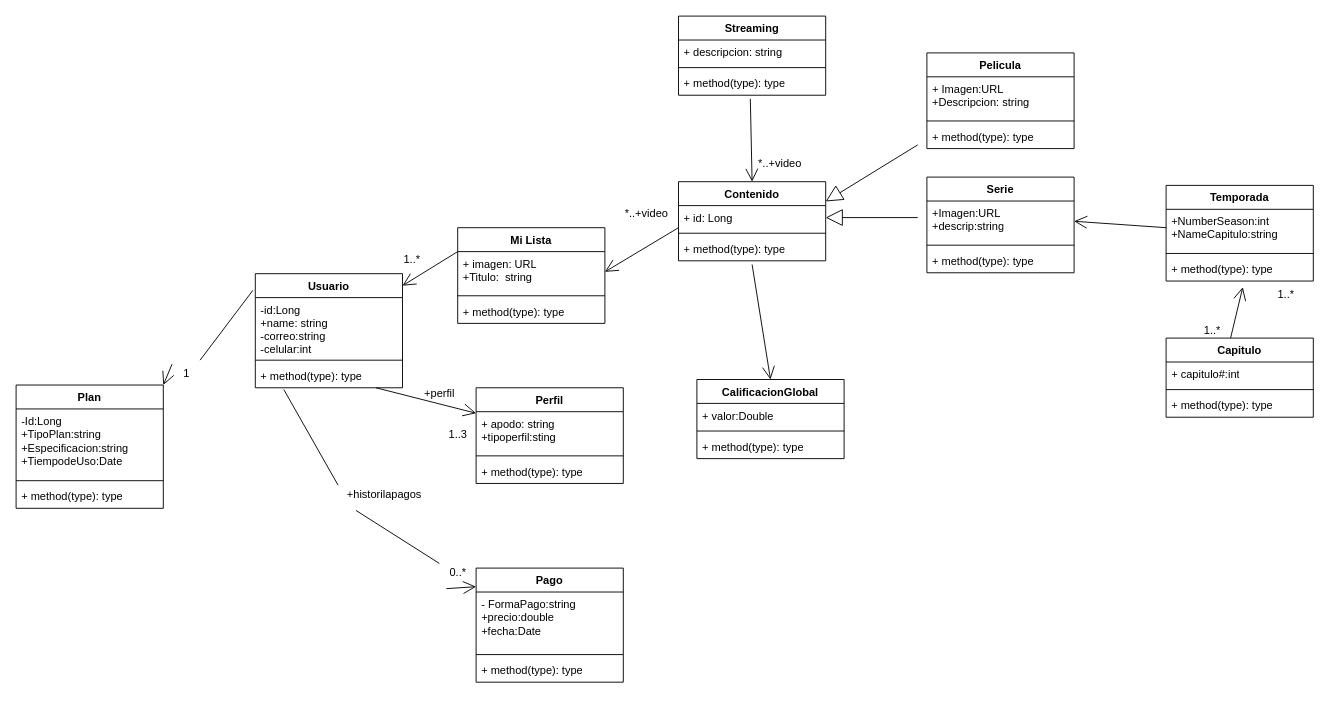
Before: Diagrama sin título.drawio in AIkerVSaul09/Alumno, a draw.io diagram. Source tidied: cells renumbered, new cells numbered last; positions are measured from the earlier drawing's top-left corner, leaving out a move shared by most shapes. Both pictures are drawn from the tidied source at 92%, with x=0, y=0 at pixel (16, 16).
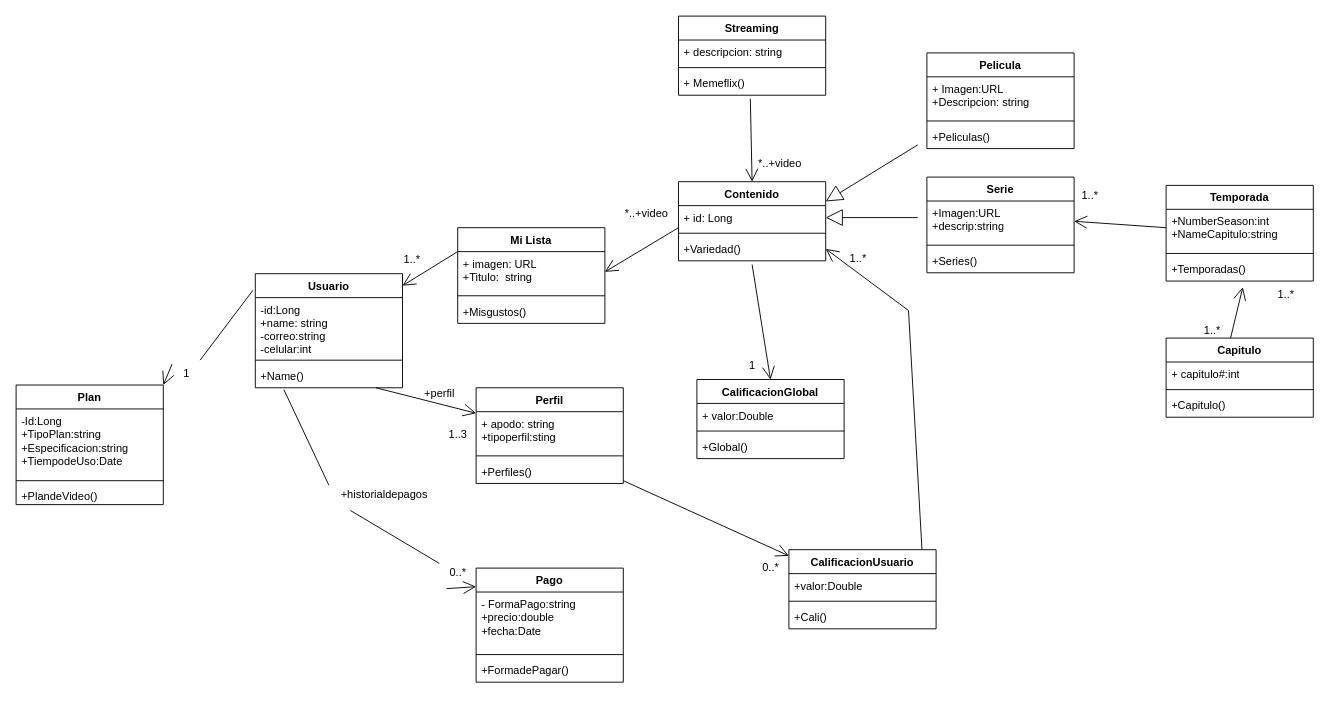
The same diagram, later.

The change refers to these unchanged cells:
```xml
<mxCell id="2" value="Contenido" style="swimlane;fontStyle=1;align=center;verticalAlign=top;horizontal=1;startSize=26;whiteSpace=wrap;html=1;" parent="1" vertex="1">
  <mxGeometry x="720" y="180" width="160" height="86" as="geometry" />
</mxCell>
<mxCell id="6" value="Streaming" style="swimlane;fontStyle=1;align=center;verticalAlign=top;horizontal=1;startSize=26;whiteSpace=wrap;html=1;" parent="1" vertex="1">
  <mxGeometry x="720" width="160" height="86" as="geometry" />
</mxCell>
<mxCell id="11" value="Mi Lista" style="swimlane;fontStyle=1;align=center;verticalAlign=top;horizontal=1;startSize=26;whiteSpace=wrap;html=1;" parent="1" vertex="1">
  <mxGeometry x="480" y="230" width="160" height="104" as="geometry" />
</mxCell>
<mxCell id="18" value="Usuario" style="swimlane;fontStyle=1;align=center;verticalAlign=top;horizontal=1;startSize=26;whiteSpace=wrap;html=1;" parent="1" vertex="1">
  <mxGeometry x="260" y="280" width="160" height="124" as="geometry" />
</mxCell>
<mxCell id="22" value="Perfil" style="swimlane;fontStyle=1;align=center;verticalAlign=top;horizontal=1;startSize=26;whiteSpace=wrap;html=1;" parent="1" vertex="1">
  <mxGeometry x="500" y="404" width="160" height="104" as="geometry" />
</mxCell>
<mxCell id="30" value="Pago" style="swimlane;fontStyle=1;align=center;verticalAlign=top;horizontal=1;startSize=26;whiteSpace=wrap;html=1;" parent="1" vertex="1">
  <mxGeometry x="500" y="600" width="160" height="124" as="geometry" />
</mxCell>
<mxCell id="49" value="Pelicula" style="swimlane;fontStyle=1;align=center;verticalAlign=top;horizontal=1;startSize=26;whiteSpace=wrap;html=1;" parent="1" vertex="1">
  <mxGeometry x="990" y="40" width="160" height="104" as="geometry" />
</mxCell>
<mxCell id="54" value="Serie" style="swimlane;fontStyle=1;align=center;verticalAlign=top;horizontal=1;startSize=26;whiteSpace=wrap;html=1;" parent="1" vertex="1">
  <mxGeometry x="990" y="175" width="160" height="104" as="geometry" />
</mxCell>
<mxCell id="59" value="Temporada" style="swimlane;fontStyle=1;align=center;verticalAlign=top;horizontal=1;startSize=26;whiteSpace=wrap;html=1;" parent="1" vertex="1">
  <mxGeometry x="1250" y="184" width="160" height="104" as="geometry" />
</mxCell>
<mxCell id="63" value="Capitulo" style="swimlane;fontStyle=1;align=center;verticalAlign=top;horizontal=1;startSize=26;whiteSpace=wrap;html=1;" parent="1" vertex="1">
  <mxGeometry x="1250" y="350" width="160" height="86" as="geometry" />
</mxCell>
<mxCell id="70" value="CalificacionGlobal" style="swimlane;fontStyle=1;align=center;verticalAlign=top;horizontal=1;startSize=26;whiteSpace=wrap;html=1;" parent="1" vertex="1">
  <mxGeometry x="740" y="395" width="160" height="86" as="geometry" />
</mxCell>
```

What changed in the source:
```diff
@@
-    <mxCell id="5" value="+ method(type): type" style="text;strokeColor=none;fillColor=none;align=left;verticalAlign=top;spacingLeft=4;spacingRight=4;overflow=hidden;points=[[0,0.5],[1,0.5]];portConstraint=eastwest;whiteSpace=wrap;html=1;" parent="2" vertex="1">
+    <mxCell id="5" value="+Variedad()" style="text;strokeColor=none;fillColor=none;align=left;verticalAlign=top;spacingLeft=4;spacingRight=4;overflow=hidden;points=[[0,0.5],[1,0.5]];portConstraint=eastwest;whiteSpace=wrap;html=1;" parent="2" vertex="1">
       <mxGeometry y="60" width="160" height="26" as="geometry" />
     </mxCell>
@@
-    <mxCell id="9" value="+ method(type): type" style="text;strokeColor=none;fillColor=none;align=left;verticalAlign=top;spacingLeft=4;spacingRight=4;overflow=hidden;points=[[0,0.5],[1,0.5]];portConstraint=eastwest;whiteSpace=wrap;html=1;" parent="6" vertex="1">
+    <mxCell id="9" value="+ Memeflix()" style="text;strokeColor=none;fillColor=none;align=left;verticalAlign=top;spacingLeft=4;spacingRight=4;overflow=hidden;points=[[0,0.5],[1,0.5]];portConstraint=eastwest;whiteSpace=wrap;html=1;" parent="6" vertex="1">
       <mxGeometry y="60" width="160" height="26" as="geometry" />
     </mxCell>
@@
-    <mxCell id="14" value="+ method(type): type" style="text;strokeColor=none;fillColor=none;align=left;verticalAlign=top;spacingLeft=4;spacingRight=4;overflow=hidden;whiteSpace=wrap;html=1;" parent="11" vertex="1">
+    <mxCell id="14" value="+Misgustos()" style="text;strokeColor=none;fillColor=none;align=left;verticalAlign=top;spacingLeft=4;spacingRight=4;overflow=hidden;whiteSpace=wrap;html=1;" parent="11" vertex="1">
       <mxGeometry y="78" width="160" height="26" as="geometry" />
     </mxCell>
@@
-    <mxCell id="21" value="+ method(type): type" style="text;strokeColor=none;fillColor=none;align=left;verticalAlign=top;spacingLeft=4;spacingRight=4;overflow=hidden;points=[[0,0.5],[1,0.5]];portConstraint=eastwest;whiteSpace=wrap;html=1;" parent="18" vertex="1">
+    <mxCell id="21" value="+Name()" style="text;strokeColor=none;fillColor=none;align=left;verticalAlign=top;spacingLeft=4;spacingRight=4;overflow=hidden;points=[[0,0.5],[1,0.5]];portConstraint=eastwest;whiteSpace=wrap;html=1;" parent="18" vertex="1">
       <mxGeometry y="98" width="160" height="26" as="geometry" />
     </mxCell>
@@
-    <mxCell id="25" value="+ method(type): type" style="text;strokeColor=none;fillColor=none;align=left;verticalAlign=top;spacingLeft=4;spacingRight=4;overflow=hidden;whiteSpace=wrap;html=1;" parent="22" vertex="1">
+    <mxCell id="25" value="+Perfiles()" style="text;strokeColor=none;fillColor=none;align=left;verticalAlign=top;spacingLeft=4;spacingRight=4;overflow=hidden;whiteSpace=wrap;html=1;" parent="22" vertex="1">
       <mxGeometry y="78" width="160" height="26" as="geometry" />
     </mxCell>
@@
-    <mxCell id="33" value="+ method(type): type" style="text;strokeColor=none;fillColor=none;align=left;verticalAlign=top;spacingLeft=4;spacingRight=4;overflow=hidden;whiteSpace=wrap;html=1;" parent="30" vertex="1">
+    <mxCell id="33" value="+FormadePagar()" style="text;strokeColor=none;fillColor=none;align=left;verticalAlign=top;spacingLeft=4;spacingRight=4;overflow=hidden;whiteSpace=wrap;html=1;" parent="30" vertex="1">
       <mxGeometry y="98" width="160" height="26" as="geometry" />
     </mxCell>
@@
     <mxCell id="35" value="Plan" style="swimlane;fontStyle=1;align=center;verticalAlign=top;horizontal=1;startSize=26;whiteSpace=wrap;html=1;" parent="1" vertex="1">
-      <mxGeometry y="401" width="160" height="134" as="geometry" />
+      <mxGeometry y="401" width="160" height="130" as="geometry" />
     </mxCell>
@@
-    <mxCell id="38" value="+ method(type): type" style="text;strokeColor=none;fillColor=none;align=left;verticalAlign=top;spacingLeft=4;spacingRight=4;overflow=hidden;whiteSpace=wrap;html=1;" parent="35" vertex="1">
-      <mxGeometry y="108" width="160" height="26" as="geometry" />
+    <mxCell id="38" value="+PlandeVideo()" style="text;strokeColor=none;fillColor=none;align=left;verticalAlign=top;spacingLeft=4;spacingRight=4;overflow=hidden;whiteSpace=wrap;html=1;" parent="35" vertex="1">
+      <mxGeometry y="108" width="160" height="22" as="geometry" />
     </mxCell>
@@
-    <mxCell id="40" value="+historilapagos" style="text;html=1;align=center;verticalAlign=middle;points=[];strokeColor=none;fillColor=none;" parent="1" vertex="1">
-      <mxGeometry x="350" y="505" width="100" height="30" as="geometry" />
+    <mxCell id="40" value="+historialdepagos" style="text;html=1;align=center;verticalAlign=middle;points=[];strokeColor=none;fillColor=none;" parent="1" vertex="1">
+      <mxGeometry x="340" y="505" width="120" height="30" as="geometry" />
     </mxCell>
@@
-    <mxCell id="52" value="+ method(type): type" style="text;strokeColor=none;fillColor=none;align=left;verticalAlign=top;spacingLeft=4;spacingRight=4;overflow=hidden;whiteSpace=wrap;html=1;" parent="49" vertex="1">
+    <mxCell id="52" value="+Peliculas()" style="text;strokeColor=none;fillColor=none;align=left;verticalAlign=top;spacingLeft=4;spacingRight=4;overflow=hidden;whiteSpace=wrap;html=1;" parent="49" vertex="1">
       <mxGeometry y="78" width="160" height="26" as="geometry" />
     </mxCell>
@@
-    <mxCell id="57" value="+ method(type): type" style="text;strokeColor=none;fillColor=none;align=left;verticalAlign=top;spacingLeft=4;spacingRight=4;overflow=hidden;whiteSpace=wrap;html=1;" parent="54" vertex="1">
+    <mxCell id="57" value="+Series()" style="text;strokeColor=none;fillColor=none;align=left;verticalAlign=top;spacingLeft=4;spacingRight=4;overflow=hidden;whiteSpace=wrap;html=1;" parent="54" vertex="1">
       <mxGeometry y="78" width="160" height="26" as="geometry" />
     </mxCell>
@@
-    <mxCell id="62" value="+ method(type): type" style="text;strokeColor=none;fillColor=none;align=left;verticalAlign=top;spacingLeft=4;spacingRight=4;overflow=hidden;points=[[0,0.5],[1,0.5]];portConstraint=eastwest;whiteSpace=wrap;html=1;" parent="59" vertex="1">
+    <mxCell id="62" value="+Temporadas()" style="text;strokeColor=none;fillColor=none;align=left;verticalAlign=top;spacingLeft=4;spacingRight=4;overflow=hidden;points=[[0,0.5],[1,0.5]];portConstraint=eastwest;whiteSpace=wrap;html=1;" parent="59" vertex="1">
       <mxGeometry y="78" width="160" height="26" as="geometry" />
     </mxCell>
@@
-    <mxCell id="66" value="+ method(type): type" style="text;strokeColor=none;fillColor=none;align=left;verticalAlign=top;spacingLeft=4;spacingRight=4;overflow=hidden;whiteSpace=wrap;html=1;" parent="63" vertex="1">
+    <mxCell id="66" value="+Capitulo()" style="text;strokeColor=none;fillColor=none;align=left;verticalAlign=top;spacingLeft=4;spacingRight=4;overflow=hidden;whiteSpace=wrap;html=1;" parent="63" vertex="1">
       <mxGeometry y="60" width="160" height="26" as="geometry" />
     </mxCell>
@@
-    <mxCell id="73" value="+ method(type): type" style="text;strokeColor=none;fillColor=none;align=left;verticalAlign=top;spacingLeft=4;spacingRight=4;overflow=hidden;whiteSpace=wrap;html=1;" parent="70" vertex="1">
+    <mxCell id="73" value="+Global()" style="text;strokeColor=none;fillColor=none;align=left;verticalAlign=top;spacingLeft=4;spacingRight=4;overflow=hidden;whiteSpace=wrap;html=1;" parent="70" vertex="1">
       <mxGeometry y="60" width="160" height="26" as="geometry" />
     </mxCell>
@@
+    <mxCell id="75" style="endArrow=open;endFill=1;endSize=12;html=1;rounded=0;" parent="1" edge="1" target="76">
+      <mxGeometry relative="1" as="geometry">
+        <mxPoint x="660" y="505" as="sourcePoint" />
+      </mxGeometry>
+    </mxCell>
+    <mxCell id="76" value="CalificacionUsuario" style="swimlane;fontStyle=1;align=center;verticalAlign=top;horizontal=1;startSize=26;whiteSpace=wrap;html=1;" parent="1" vertex="1">
+      <mxGeometry x="840" y="580" width="160" height="86" as="geometry" />
+    </mxCell>
+    <mxCell id="77" value="+valor:Double&amp;nbsp;" style="text;strokeColor=none;fillColor=none;align=left;verticalAlign=top;spacingLeft=4;spacingRight=4;overflow=hidden;whiteSpace=wrap;html=1;" parent="76" vertex="1">
+      <mxGeometry y="26" width="160" height="26" as="geometry" />
+    </mxCell>
+    <mxCell id="78" style="line;strokeWidth=1;fillColor=none;align=left;verticalAlign=middle;spacingTop=-1;spacingLeft=3;spacingRight=3;labelPosition=right;strokeColor=inherit;" parent="76" vertex="1">
+      <mxGeometry y="52" width="160" height="8" as="geometry" />
+    </mxCell>
+    <mxCell id="79" value="+Cali()" style="text;strokeColor=none;fillColor=none;align=left;verticalAlign=top;spacingLeft=4;spacingRight=4;overflow=hidden;whiteSpace=wrap;html=1;" parent="76" vertex="1">
+      <mxGeometry y="60" width="160" height="26" as="geometry" />
+    </mxCell>
+    <mxCell id="80" style="endArrow=open;endFill=1;endSize=12;html=1;rounded=0;entryX=1;entryY=0.5;entryDx=0;entryDy=0;exitX=0.904;exitY=-0.003;exitDx=0;exitDy=0;exitPerimeter=0;" parent="1" edge="1" source="76" target="5">
+      <mxGeometry relative="1" as="geometry">
+        <Array as="points">
+          <mxPoint x="970" y="320" />
+        </Array>
+      </mxGeometry>
+    </mxCell>
+    <mxCell id="81" value="1..*" style="text;html=1;align=center;verticalAlign=middle;strokeColor=none;fillColor=none;" parent="1" vertex="1">
+      <mxGeometry x="895" y="249" width="40" height="30" as="geometry" />
+    </mxCell>
+    <mxCell id="82" value="0..*" style="text;html=1;align=center;verticalAlign=middle;strokeColor=none;fillColor=none;" parent="1" vertex="1">
+      <mxGeometry x="800" y="585" width="40" height="30" as="geometry" />
+    </mxCell>
+    <mxCell id="83" value="1" style="text;html=1;align=center;verticalAlign=middle;strokeColor=none;fillColor=none;" parent="1" vertex="1">
+      <mxGeometry x="785" y="365" width="30" height="30" as="geometry" />
+    </mxCell>
+    <mxCell id="84" value="1..*" style="text;html=1;align=center;verticalAlign=middle;strokeColor=none;fillColor=none;" parent="1" vertex="1">
+      <mxGeometry x="1147" y="180" width="40" height="30" as="geometry" />
+    </mxCell>
```
